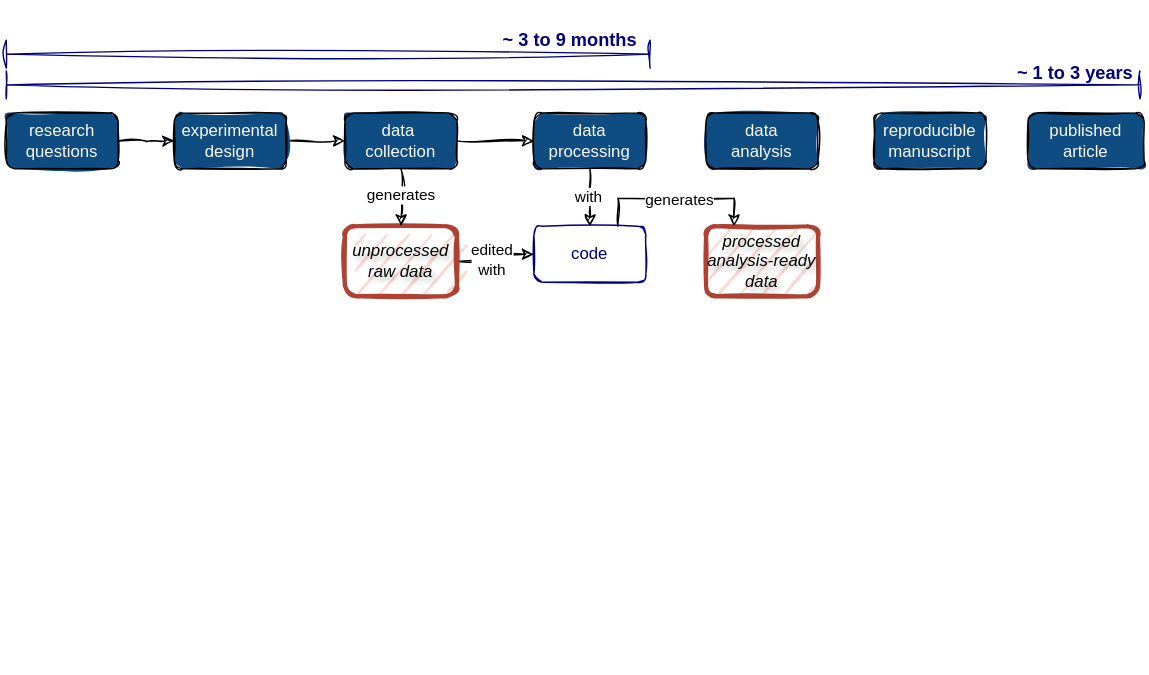
The draw.io diagram slides/img/eth-kolloquium/ghe-rdm-workflow-04.drawio.svg in Global-Health-Engineering/website, before a commit. Source tidied: cells renumbered, new cells last; positions are measured from the earlier drawing's top-left corner, leaving out a move shared by most shapes.
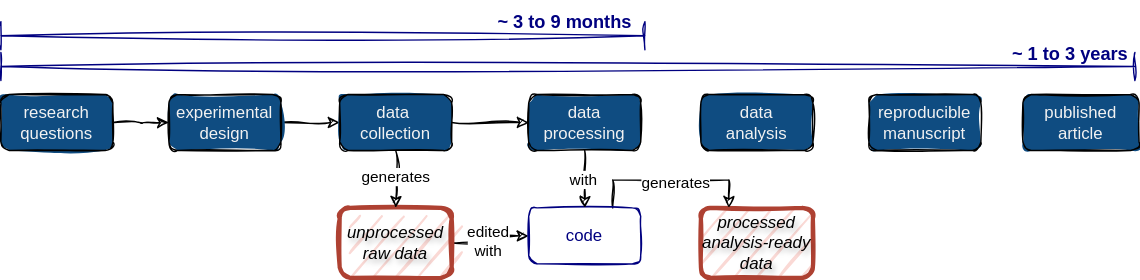
The same file after the commit.

What changed in the source:
```diff
@@ -76,28 +76,25 @@
       <mxGeometry x="347" y="13" width="120" height="30" as="geometry" />
     </mxCell>
     <mxCell id="22" value="Step 1 - Publication workflow" parent="0" />
-    <mxCell id="23" style="rounded=0;whiteSpace=wrap;html=1;fillColor=none;strokeColor=#FFFFFF;" parent="22" vertex="1">
-      <mxGeometry width="820" height="480" as="geometry" />
-    </mxCell>
-    <mxCell id="24" value="&lt;span&gt;&lt;span&gt;research questions&lt;/span&gt;&lt;/span&gt;" style="rounded=1;html=1;strokeWidth=1;fontSize=12;fontFamily=Helvetica;fillColor=#0F4C81;sketch=1;labelBackgroundColor=none;fontColor=#FAFAFA;strokeColor=default;fontStyle=0;fillStyle=solid;labelBorderColor=none;spacing=9;align=center;textShadow=0;whiteSpace=wrap;" parent="22" vertex="1">
+    <mxCell id="24" value="&lt;span&gt;&lt;span&gt;research questions&lt;/span&gt;&lt;/span&gt;" style="rounded=1;whiteSpace=wrap;html=1;strokeWidth=1;fontSize=12;fontFamily=Helvetica;fillColor=#0F4C81;sketch=1;labelBackgroundColor=none;fontColor=#F2F2F2;strokeColor=default;fontStyle=0;fillStyle=solid;" parent="22" vertex="1">
       <mxGeometry x="4" y="80" width="80" height="40" as="geometry" />
     </mxCell>
-    <mxCell id="25" value="&lt;div&gt;&lt;span&gt;&lt;span&gt;experimental&lt;/span&gt;&lt;/span&gt;&lt;/div&gt;&lt;div&gt;&lt;span&gt;&lt;span&gt;design&lt;br&gt;&lt;/span&gt;&lt;/span&gt;&lt;/div&gt;" style="rounded=1;html=1;strokeWidth=1;fontSize=12;fontFamily=Helvetica;fillColor=#0F4C81;sketch=1;labelBackgroundColor=none;fontColor=#FAFAFA;strokeColor=default;fontStyle=0;fillStyle=solid;labelBorderColor=none;spacing=9;align=center;textShadow=0;whiteSpace=wrap;" parent="22" vertex="1">
+    <mxCell id="25" value="&lt;div&gt;&lt;span&gt;&lt;span&gt;experimental&lt;/span&gt;&lt;/span&gt;&lt;/div&gt;&lt;div&gt;&lt;span&gt;&lt;span&gt;design&lt;br&gt;&lt;/span&gt;&lt;/span&gt;&lt;/div&gt;" style="rounded=1;whiteSpace=wrap;html=1;strokeWidth=1;fontSize=12;fontFamily=Helvetica;fillColor=#0F4C81;sketch=1;labelBackgroundColor=none;fontColor=#F2F2F2;strokeColor=default;fontStyle=0;fillStyle=solid;" parent="22" vertex="1">
       <mxGeometry x="124" y="80" width="80" height="40" as="geometry" />
     </mxCell>
-    <mxCell id="26" value="&lt;div&gt;&lt;span&gt;&lt;span&gt;data&lt;br&gt;&lt;/span&gt;&lt;/span&gt;&lt;/div&gt;&lt;div&gt;&lt;span&gt;&lt;span&gt;analysis&lt;/span&gt;&lt;/span&gt;&lt;/div&gt;" style="rounded=1;html=1;strokeWidth=1;fontSize=12;fontFamily=Helvetica;fillColor=#0F4C81;sketch=1;labelBackgroundColor=none;fontColor=#FAFAFA;strokeColor=default;fontStyle=0;fillStyle=solid;labelBorderColor=none;spacing=9;align=center;textShadow=0;whiteSpace=wrap;" parent="22" vertex="1">
+    <mxCell id="26" value="&lt;div&gt;&lt;span&gt;&lt;span&gt;data&lt;br&gt;&lt;/span&gt;&lt;/span&gt;&lt;/div&gt;&lt;div&gt;&lt;span&gt;&lt;span&gt;analysis&lt;/span&gt;&lt;/span&gt;&lt;/div&gt;" style="rounded=1;whiteSpace=wrap;html=1;strokeWidth=1;fontSize=12;fontFamily=Helvetica;fillColor=#0F4C81;sketch=1;labelBackgroundColor=none;fontColor=#F2F2F2;strokeColor=default;fontStyle=0;fillStyle=solid;" parent="22" vertex="1">
       <mxGeometry x="504" y="80" width="80" height="40" as="geometry" />
     </mxCell>
-    <mxCell id="27" value="&lt;div&gt;reproducible&lt;br&gt;&lt;/div&gt;&lt;div&gt;manuscript&lt;/div&gt;" style="rounded=1;html=1;strokeWidth=1;fontSize=12;fontFamily=Helvetica;fillColor=#0F4C81;sketch=1;labelBackgroundColor=none;fontColor=#FAFAFA;strokeColor=default;fontStyle=0;fillStyle=solid;labelBorderColor=none;spacing=9;align=center;textShadow=0;whiteSpace=wrap;" parent="22" vertex="1">
+    <mxCell id="27" value="&lt;div&gt;reproducible&lt;br&gt;&lt;/div&gt;&lt;div&gt;manuscript&lt;/div&gt;" style="rounded=1;whiteSpace=wrap;html=1;strokeWidth=1;fontSize=12;fontFamily=Helvetica;fillColor=#0F4C81;sketch=1;labelBackgroundColor=none;fontColor=#F2F2F2;strokeColor=default;fontStyle=0;fillStyle=solid;" parent="22" vertex="1">
       <mxGeometry x="624" y="80" width="80" height="40" as="geometry" />
     </mxCell>
-    <mxCell id="28" value="&lt;span&gt;&lt;span&gt;published&lt;/span&gt;&lt;/span&gt;&lt;br&gt;&lt;div&gt;&lt;span&gt;&lt;span&gt;article&lt;/span&gt;&lt;/span&gt;&lt;/div&gt;" style="rounded=1;html=1;strokeWidth=1;fontSize=12;fontFamily=Helvetica;fillColor=#0F4C81;sketch=1;labelBackgroundColor=none;fontColor=#FAFAFA;strokeColor=default;fontStyle=0;fillStyle=solid;labelBorderColor=none;spacing=9;align=center;textShadow=0;whiteSpace=wrap;" parent="22" vertex="1">
+    <mxCell id="28" value="&lt;span&gt;&lt;span&gt;published&lt;/span&gt;&lt;/span&gt;&lt;br&gt;&lt;div&gt;&lt;span&gt;&lt;span&gt;article&lt;/span&gt;&lt;/span&gt;&lt;/div&gt;" style="rounded=1;whiteSpace=wrap;html=1;strokeWidth=1;fontSize=12;fontFamily=Helvetica;fillColor=#0F4C81;sketch=1;labelBackgroundColor=none;fontColor=#F2F2F2;strokeColor=default;fontStyle=0;fillStyle=solid;" parent="22" vertex="1">
       <mxGeometry x="734" y="80" width="83" height="40" as="geometry" />
     </mxCell>
-    <mxCell id="29" value="&lt;div&gt;&lt;span&gt;&lt;span&gt;data&amp;nbsp;&lt;/span&gt;&lt;/span&gt;&lt;/div&gt;&lt;div&gt;&lt;span&gt;&lt;span&gt;collection&lt;/span&gt;&lt;/span&gt;&lt;/div&gt;&lt;div&gt;&lt;span&gt;&lt;span&gt;&lt;/span&gt;&lt;/span&gt;&lt;/div&gt;" style="rounded=1;html=1;strokeWidth=1;fontSize=12;fontFamily=Helvetica;fillColor=#0F4C81;sketch=1;labelBackgroundColor=none;fontColor=#FAFAFA;strokeColor=default;fontStyle=0;fillStyle=solid;labelBorderColor=none;spacing=9;align=center;textShadow=0;whiteSpace=wrap;" parent="22" vertex="1">
+    <mxCell id="29" value="&lt;div&gt;&lt;span&gt;&lt;span&gt;data&amp;nbsp;&lt;/span&gt;&lt;/span&gt;&lt;/div&gt;&lt;div&gt;&lt;span&gt;&lt;span&gt;collection&lt;/span&gt;&lt;/span&gt;&lt;/div&gt;&lt;div&gt;&lt;span&gt;&lt;span&gt;&lt;/span&gt;&lt;/span&gt;&lt;/div&gt;" style="rounded=1;whiteSpace=wrap;html=1;strokeWidth=1;fontSize=12;fontFamily=Helvetica;fillColor=#0F4C81;sketch=1;labelBackgroundColor=none;fontColor=#F2F2F2;strokeColor=default;fontStyle=0;fillStyle=solid;" parent="22" vertex="1">
       <mxGeometry x="246" y="80" width="80" height="40" as="geometry" />
     </mxCell>
-    <mxCell id="30" value="&lt;div&gt;&lt;span&gt;&lt;span&gt;data&lt;/span&gt;&lt;/span&gt;&lt;/div&gt;&lt;div&gt;&lt;span&gt;&lt;span&gt;processing&lt;br&gt;&lt;/span&gt;&lt;/span&gt;&lt;/div&gt;" style="rounded=1;html=1;strokeWidth=1;fontSize=12;fontFamily=Helvetica;fillColor=#0F4C81;sketch=1;labelBackgroundColor=none;fontColor=#FAFAFA;strokeColor=default;fontStyle=0;fillStyle=solid;labelBorderColor=none;spacing=9;align=center;textShadow=0;whiteSpace=wrap;" parent="22" vertex="1">
+    <mxCell id="30" value="&lt;div&gt;&lt;span&gt;&lt;span&gt;data&lt;/span&gt;&lt;/span&gt;&lt;/div&gt;&lt;div&gt;&lt;span&gt;&lt;span&gt;processing&lt;br&gt;&lt;/span&gt;&lt;/span&gt;&lt;/div&gt;" style="rounded=1;whiteSpace=wrap;html=1;strokeWidth=1;fontSize=12;fontFamily=Helvetica;fillColor=#0F4C81;sketch=1;labelBackgroundColor=none;fontColor=#F2F2F2;strokeColor=default;fontStyle=0;fillStyle=solid;" parent="22" vertex="1">
       <mxGeometry x="381" y="80" width="80" height="40" as="geometry" />
     </mxCell>
   </root>
```
